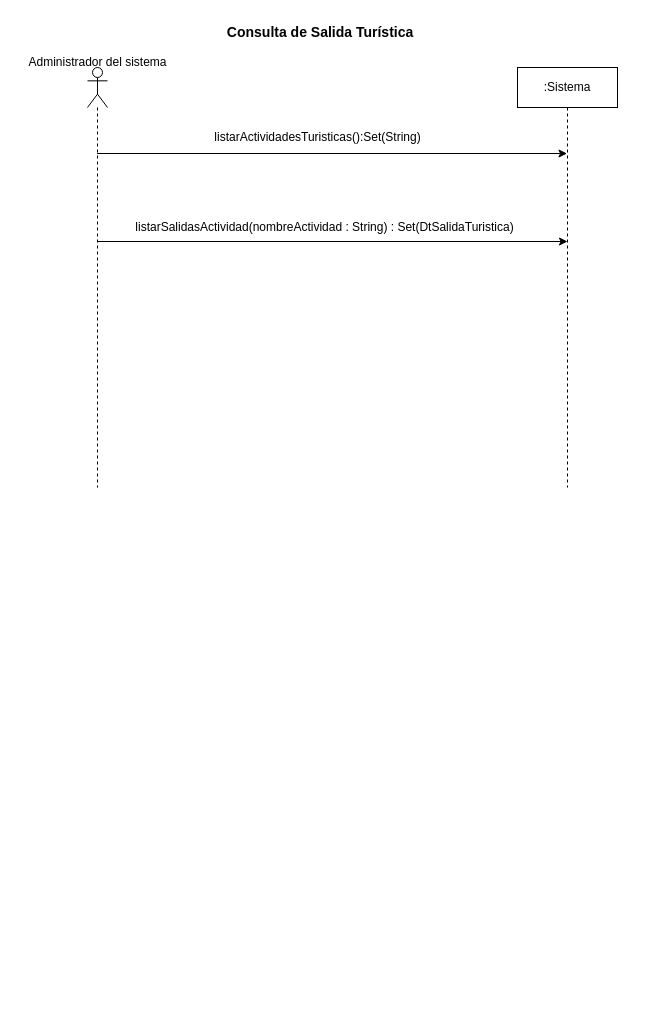
rofernandezm/Tencnoinf_Pap2025_Tarea1 keeps this draw.io diagram as page "CU7_ConsultaSalidaTurística" (7 of 10) of resources/Tarea1.drawio. Above is the earlier version. Source tidied: cells renumbered, new cells numbered last; positions are measured from the earlier drawing's top-left corner, leaving out a move shared by most shapes. Both pictures are drawn from the tidied source at 100%, with x=0, y=0 at pixel (17, 17).
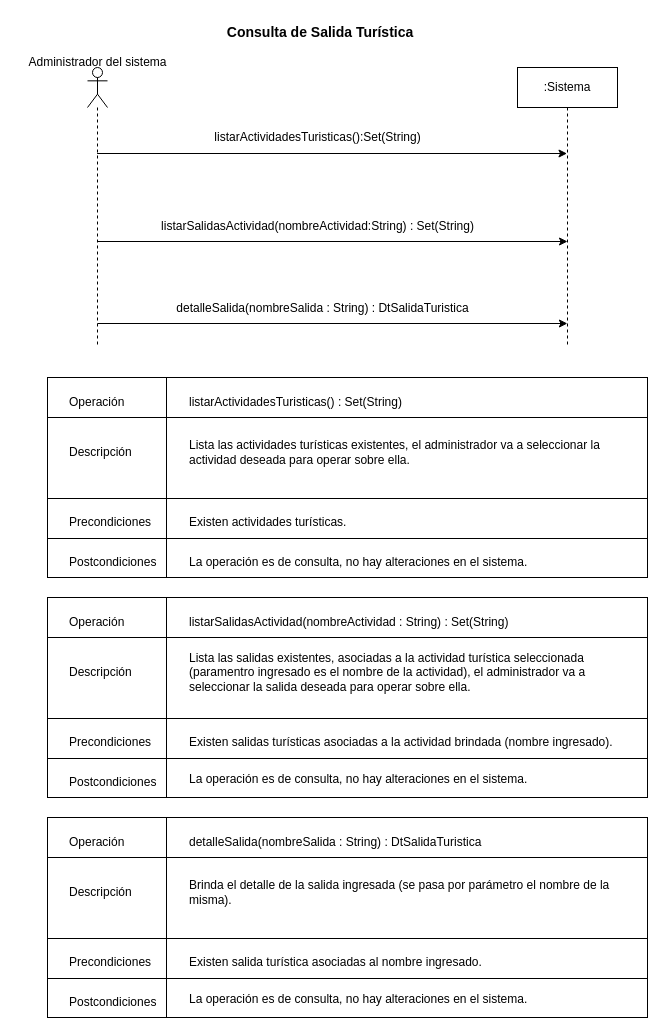
The same diagram, later.

Diff of the diagram source:
```diff
@@
     <mxCell id="4" style="shape=umlLifeline;perimeter=lifelinePerimeter;whiteSpace=wrap;html=1;newEdgeStyle={&quot;curved&quot;:0,&quot;rounded&quot;:0};participant=umlActor;" parent="1" vertex="1">
-      <mxGeometry x="70" y="50" width="20" height="420" as="geometry" />
+      <mxGeometry x="70" y="50" width="20" height="280" as="geometry" />
     </mxCell>
     <mxCell id="5" value=":Sistema" style="shape=umlLifeline;perimeter=lifelinePerimeter;whiteSpace=wrap;html=1;newEdgeStyle={&quot;curved&quot;:0,&quot;rounded&quot;:0};" parent="1" vertex="1">
-      <mxGeometry x="500" y="50" width="100" height="420" as="geometry" />
+      <mxGeometry x="500" y="50" width="100" height="280" as="geometry" />
     </mxCell>
@@
-    <mxCell id="9" value="listarSalidasActividad(nombreActividad : String) : Set(DtSalidaTuristica)" style="text;html=1;align=center;verticalAlign=middle;strokeColor=none;fillColor=none;" parent="1" vertex="1">
-      <mxGeometry x="107" y="195" width="400" height="30" as="geometry" />
+    <mxCell id="9" value="detalleSalida(nombreSalida : String) : DtSalidaTuristica" style="text;html=1;align=center;verticalAlign=middle;strokeColor=none;fillColor=none;" parent="1" vertex="1">
+      <mxGeometry x="145" y="276" width="320" height="30" as="geometry" />
     </mxCell>
+    <mxCell id="10" style="rounded=0;whiteSpace=wrap;html=1;" parent="1" vertex="1">
+      <mxGeometry x="30" y="580" width="600" height="200" as="geometry" />
+    </mxCell>
+    <mxCell id="11" style="endArrow=none;html=1;rounded=0;" parent="1" edge="1">
+      <mxGeometry relative="1" as="geometry">
+        <mxPoint x="30" y="620" as="sourcePoint" />
+        <mxPoint x="630" y="620" as="targetPoint" />
+      </mxGeometry>
+    </mxCell>
+    <mxCell id="12" style="endArrow=none;html=1;rounded=0;" parent="1" edge="1">
+      <mxGeometry relative="1" as="geometry">
+        <mxPoint x="30" y="701" as="sourcePoint" />
+        <mxPoint x="630" y="701" as="targetPoint" />
+      </mxGeometry>
+    </mxCell>
+    <mxCell id="13" style="endArrow=none;html=1;rounded=0;" parent="1" edge="1">
+      <mxGeometry relative="1" as="geometry">
+        <mxPoint x="30" y="741" as="sourcePoint" />
+        <mxPoint x="630" y="741" as="targetPoint" />
+      </mxGeometry>
+    </mxCell>
+    <mxCell id="14" style="endArrow=none;html=1;rounded=0;" parent="1" edge="1">
+      <mxGeometry relative="1" as="geometry">
+        <mxPoint x="149" y="780" as="sourcePoint" />
+        <mxPoint x="149" y="580" as="targetPoint" />
+      </mxGeometry>
+    </mxCell>
+    <mxCell id="15" value="Operación" style="text;html=1;align=left;verticalAlign=middle;whiteSpace=wrap;rounded=0;" parent="1" vertex="1">
+      <mxGeometry x="50" y="590" width="80" height="30" as="geometry" />
+    </mxCell>
+    <mxCell id="16" value="Descripción" style="text;html=1;align=left;verticalAlign=middle;whiteSpace=wrap;rounded=0;" parent="1" vertex="1">
+      <mxGeometry x="50" y="640" width="80" height="30" as="geometry" />
+    </mxCell>
+    <mxCell id="17" value="Precondiciones" style="text;html=1;align=left;verticalAlign=middle;whiteSpace=wrap;rounded=0;" parent="1" vertex="1">
+      <mxGeometry x="50" y="710" width="80" height="30" as="geometry" />
+    </mxCell>
+    <mxCell id="18" value="Postcondiciones" style="text;html=1;align=left;verticalAlign=middle;whiteSpace=wrap;rounded=0;" parent="1" vertex="1">
+      <mxGeometry x="50" y="750" width="80" height="30" as="geometry" />
+    </mxCell>
+    <mxCell id="19" value="&lt;span style=&quot;text-align: center; text-wrap-mode: nowrap;&quot;&gt;listarSalidasActividad(nombreActividad : String) :&amp;nbsp;&lt;/span&gt;&lt;span style=&quot;text-align: center; text-wrap-mode: nowrap;&quot;&gt;Set(String)&lt;/span&gt;" style="text;html=1;align=left;verticalAlign=middle;whiteSpace=wrap;rounded=0;" parent="1" vertex="1">
+      <mxGeometry x="170" y="590" width="460" height="30" as="geometry" />
+    </mxCell>
+    <mxCell id="20" value="Lista las salidas existentes, asociadas a la actividad turística seleccionada (paramentro ingresado es el nombre de la actividad), el administrador va a seleccionar la salida deseada para operar sobre ella." style="text;html=1;align=left;verticalAlign=middle;whiteSpace=wrap;rounded=0;" parent="1" vertex="1">
+      <mxGeometry x="170" y="640" width="460" height="30" as="geometry" />
+    </mxCell>
+    <mxCell id="21" value="Existen salidas turísticas asociadas a la actividad brindada (nombre ingresado)." style="text;html=1;align=left;verticalAlign=middle;whiteSpace=wrap;rounded=0;" parent="1" vertex="1">
+      <mxGeometry x="170" y="710" width="460" height="30" as="geometry" />
+    </mxCell>
+    <mxCell id="22" value="La operación es de consulta, no hay alteraciones en el sistema.&amp;nbsp;" style="text;html=1;align=left;verticalAlign=middle;whiteSpace=wrap;rounded=0;" parent="1" vertex="1">
+      <mxGeometry x="170" y="747" width="460" height="30" as="geometry" />
+    </mxCell>
+    <mxCell id="23" style="rounded=0;whiteSpace=wrap;html=1;" parent="1" vertex="1">
+      <mxGeometry x="30" y="360" width="600" height="200" as="geometry" />
+    </mxCell>
+    <mxCell id="24" style="endArrow=none;html=1;rounded=0;" parent="1" edge="1">
+      <mxGeometry relative="1" as="geometry">
+        <mxPoint x="30" y="400" as="sourcePoint" />
+        <mxPoint x="630" y="400" as="targetPoint" />
+      </mxGeometry>
+    </mxCell>
+    <mxCell id="25" style="endArrow=none;html=1;rounded=0;" parent="1" edge="1">
+      <mxGeometry relative="1" as="geometry">
+        <mxPoint x="30" y="481" as="sourcePoint" />
+        <mxPoint x="630" y="481" as="targetPoint" />
+      </mxGeometry>
+    </mxCell>
+    <mxCell id="26" style="endArrow=none;html=1;rounded=0;" parent="1" edge="1">
+      <mxGeometry relative="1" as="geometry">
+        <mxPoint x="30" y="521" as="sourcePoint" />
+        <mxPoint x="630" y="521" as="targetPoint" />
+      </mxGeometry>
+    </mxCell>
+    <mxCell id="27" style="endArrow=none;html=1;rounded=0;" parent="1" edge="1">
+      <mxGeometry relative="1" as="geometry">
+        <mxPoint x="149" y="560" as="sourcePoint" />
+        <mxPoint x="149" y="360" as="targetPoint" />
+      </mxGeometry>
+    </mxCell>
+    <mxCell id="28" value="Operación" style="text;html=1;align=left;verticalAlign=middle;whiteSpace=wrap;rounded=0;" parent="1" vertex="1">
+      <mxGeometry x="50" y="370" width="80" height="30" as="geometry" />
+    </mxCell>
+    <mxCell id="29" value="Descripción" style="text;html=1;align=left;verticalAlign=middle;whiteSpace=wrap;rounded=0;" parent="1" vertex="1">
+      <mxGeometry x="50" y="420" width="80" height="30" as="geometry" />
+    </mxCell>
+    <mxCell id="30" value="Precondiciones" style="text;html=1;align=left;verticalAlign=middle;whiteSpace=wrap;rounded=0;" parent="1" vertex="1">
+      <mxGeometry x="50" y="490" width="80" height="30" as="geometry" />
+    </mxCell>
+    <mxCell id="31" value="Postcondiciones" style="text;html=1;align=left;verticalAlign=middle;whiteSpace=wrap;rounded=0;" parent="1" vertex="1">
+      <mxGeometry x="50" y="530" width="80" height="30" as="geometry" />
+    </mxCell>
+    <mxCell id="32" value="listarActividadesTuristicas() :&amp;nbsp;&lt;span style=&quot;text-align: center; text-wrap-mode: nowrap;&quot;&gt;Set(String)&lt;/span&gt;" style="text;html=1;align=left;verticalAlign=middle;whiteSpace=wrap;rounded=0;" parent="1" vertex="1">
+      <mxGeometry x="170" y="370" width="340" height="30" as="geometry" />
+    </mxCell>
+    <mxCell id="33" value="Lista las actividades turísticas existentes, el administrador va a seleccionar la actividad deseada para operar sobre ella." style="text;html=1;align=left;verticalAlign=middle;whiteSpace=wrap;rounded=0;" parent="1" vertex="1">
+      <mxGeometry x="170" y="420" width="460" height="30" as="geometry" />
+    </mxCell>
+    <mxCell id="34" value=" Existen actividades turísticas." style="text;html=1;align=left;verticalAlign=middle;whiteSpace=wrap;rounded=0;" parent="1" vertex="1">
+      <mxGeometry x="170" y="490" width="460" height="30" as="geometry" />
+    </mxCell>
+    <mxCell id="35" value="La operación es de consulta, no hay alteraciones en el sistema.&amp;nbsp;" style="text;html=1;align=left;verticalAlign=middle;whiteSpace=wrap;rounded=0;" parent="1" vertex="1">
+      <mxGeometry x="170" y="530" width="460" height="30" as="geometry" />
+    </mxCell>
+    <mxCell id="36" value="listarSalidasActividad(nombreActividad:String) : Set(String)" style="text;html=1;align=center;verticalAlign=middle;strokeColor=none;fillColor=none;" parent="1" vertex="1">
+      <mxGeometry x="130" y="194" width="340" height="30" as="geometry" />
+    </mxCell>
+    <mxCell id="37" style="endArrow=classic;html=1;rounded=0;" parent="1" edge="1">
+      <mxGeometry relative="1" as="geometry">
+        <mxPoint x="80" y="306" as="sourcePoint" />
+        <mxPoint x="549.9" y="306" as="targetPoint" />
+      </mxGeometry>
+    </mxCell>
+    <mxCell id="38" style="rounded=0;whiteSpace=wrap;html=1;" parent="1" vertex="1">
+      <mxGeometry x="30" y="800" width="600" height="200" as="geometry" />
+    </mxCell>
+    <mxCell id="39" style="endArrow=none;html=1;rounded=0;" parent="1" edge="1">
+      <mxGeometry relative="1" as="geometry">
+        <mxPoint x="30" y="840" as="sourcePoint" />
+        <mxPoint x="630" y="840" as="targetPoint" />
+      </mxGeometry>
+    </mxCell>
+    <mxCell id="40" style="endArrow=none;html=1;rounded=0;" parent="1" edge="1">
+      <mxGeometry relative="1" as="geometry">
+        <mxPoint x="30" y="921" as="sourcePoint" />
+        <mxPoint x="630" y="921" as="targetPoint" />
+      </mxGeometry>
+    </mxCell>
+    <mxCell id="41" style="endArrow=none;html=1;rounded=0;" parent="1" edge="1">
+      <mxGeometry relative="1" as="geometry">
+        <mxPoint x="30" y="961" as="sourcePoint" />
+        <mxPoint x="630" y="961" as="targetPoint" />
+      </mxGeometry>
+    </mxCell>
+    <mxCell id="42" style="endArrow=none;html=1;rounded=0;" parent="1" edge="1">
+      <mxGeometry relative="1" as="geometry">
+        <mxPoint x="149" y="1000" as="sourcePoint" />
+        <mxPoint x="149" y="800" as="targetPoint" />
+      </mxGeometry>
+    </mxCell>
+    <mxCell id="43" value="Operación" style="text;html=1;align=left;verticalAlign=middle;whiteSpace=wrap;rounded=0;" parent="1" vertex="1">
+      <mxGeometry x="50" y="810" width="80" height="30" as="geometry" />
+    </mxCell>
+    <mxCell id="44" value="Descripción" style="text;html=1;align=left;verticalAlign=middle;whiteSpace=wrap;rounded=0;" parent="1" vertex="1">
+      <mxGeometry x="50" y="860" width="80" height="30" as="geometry" />
+    </mxCell>
+    <mxCell id="45" value="Precondiciones" style="text;html=1;align=left;verticalAlign=middle;whiteSpace=wrap;rounded=0;" parent="1" vertex="1">
+      <mxGeometry x="50" y="930" width="80" height="30" as="geometry" />
+    </mxCell>
+    <mxCell id="46" value="Postcondiciones" style="text;html=1;align=left;verticalAlign=middle;whiteSpace=wrap;rounded=0;" parent="1" vertex="1">
+      <mxGeometry x="50" y="970" width="80" height="30" as="geometry" />
+    </mxCell>
+    <mxCell id="47" value="&lt;div style=&quot;text-align: center;&quot;&gt;&lt;span style=&quot;background-color: transparent; text-wrap-mode: nowrap;&quot;&gt;detalleSalida(nombreSalida : String) : DtSalidaTuristica&lt;/span&gt;&lt;/div&gt;" style="text;html=1;align=left;verticalAlign=middle;whiteSpace=wrap;rounded=0;" parent="1" vertex="1">
+      <mxGeometry x="170" y="810" width="460" height="30" as="geometry" />
+    </mxCell>
+    <mxCell id="48" value="Brinda el detalle de la salida ingresada (se pasa por parámetro el nombre de la misma)." style="text;html=1;align=left;verticalAlign=middle;whiteSpace=wrap;rounded=0;" parent="1" vertex="1">
+      <mxGeometry x="170" y="860" width="460" height="30" as="geometry" />
+    </mxCell>
+    <mxCell id="49" value="Existen salida turística asociadas al nombre ingresado." style="text;html=1;align=left;verticalAlign=middle;whiteSpace=wrap;rounded=0;" parent="1" vertex="1">
+      <mxGeometry x="170" y="930" width="460" height="30" as="geometry" />
+    </mxCell>
+    <mxCell id="50" value="La operación es de consulta, no hay alteraciones en el sistema.&amp;nbsp;" style="text;html=1;align=left;verticalAlign=middle;whiteSpace=wrap;rounded=0;" parent="1" vertex="1">
+      <mxGeometry x="170" y="967" width="460" height="30" as="geometry" />
+    </mxCell>
```
